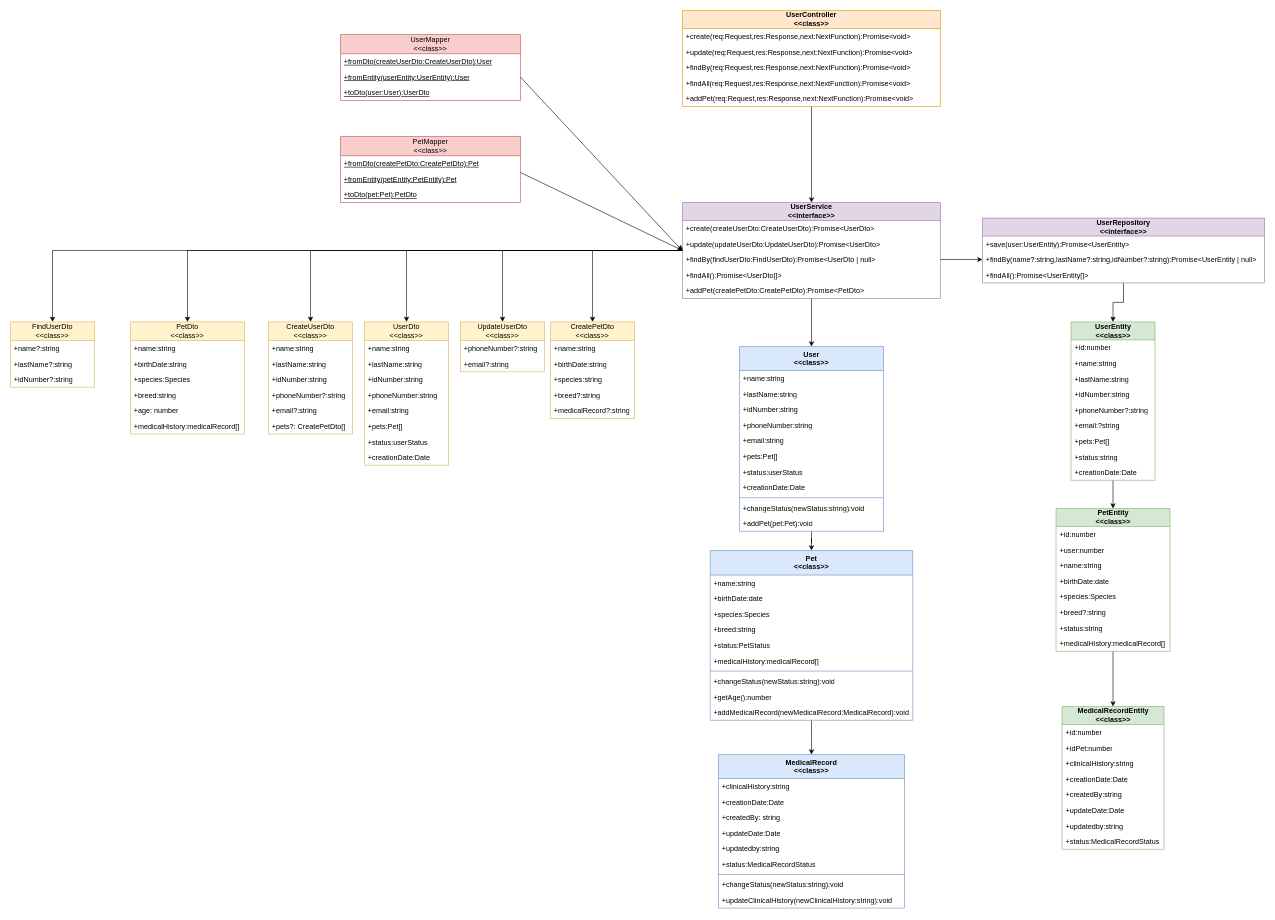
Before: page "Classes" (1 of 2) of docs/Veterinaria design.drawio in Matias-Viking/Veterinary, a draw.io diagram. Source tidied: cells renumbered, new cells numbered last; positions are measured from the earlier drawing's top-left corner, leaving out a move shared by most shapes. Both pictures are drawn from the tidied source at 60%, with x=0, y=0 at pixel (10, 10).
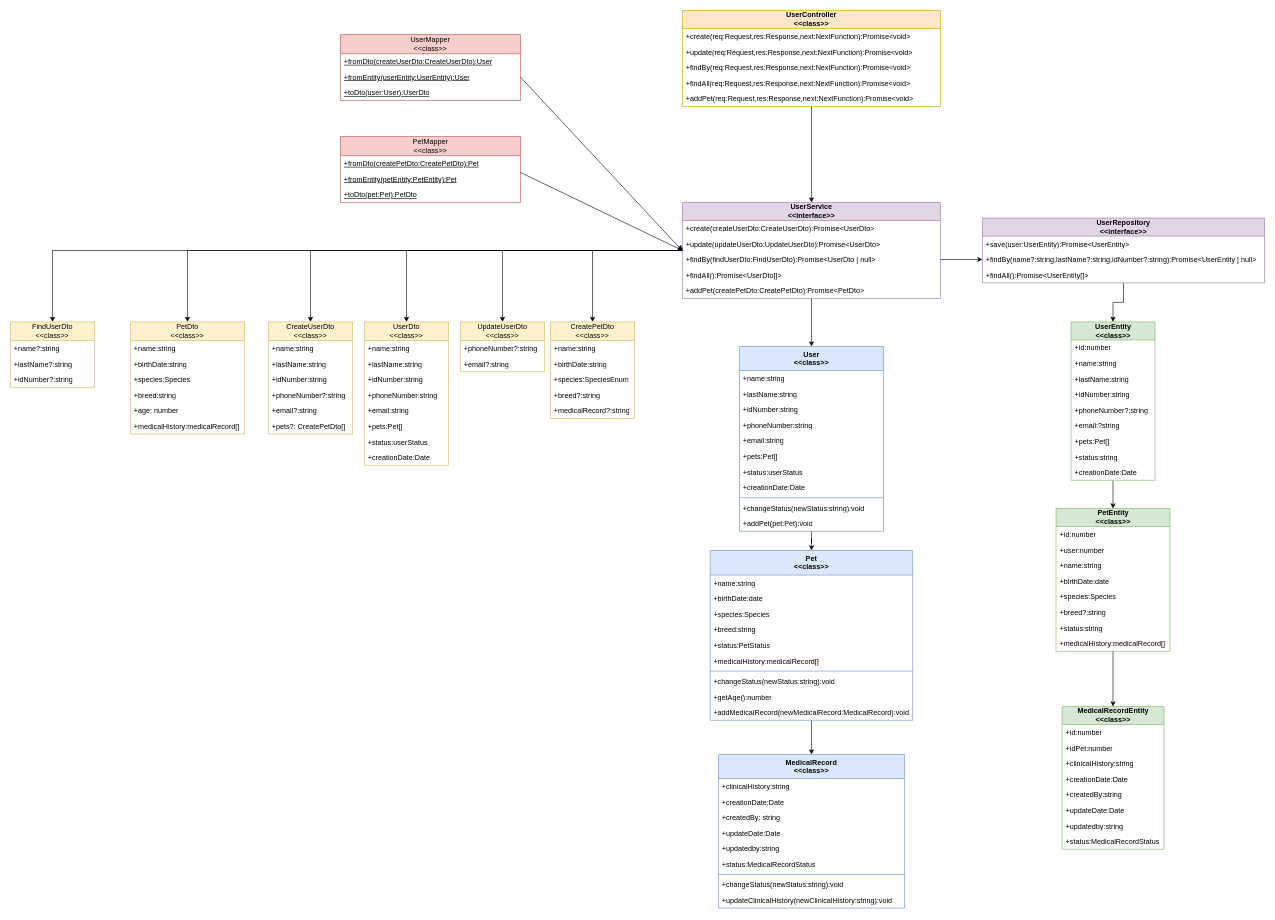
After the change.

The change refers to these unchanged cells:
```xml
<mxCell id="112" value="CreatePetDto&lt;div&gt;&amp;lt;&amp;lt;class&amp;gt;&amp;gt;&lt;/div&gt;" style="swimlane;fontStyle=0;horizontal=1;startSize=31;fillColor=#fff2cc;whiteSpace=wrap;html=1;strokeColor=#d6b656;" parent="1" vertex="1">
  <mxGeometry x="900" y="519" width="140" height="161" as="geometry" />
</mxCell>
```

Change to the diagram source:
```diff
@@
-    <mxCell id="115" value="+species:string" style="text;strokeColor=none;fillColor=none;align=left;verticalAlign=top;spacingLeft=4;spacingRight=4;overflow=hidden;whiteSpace=wrap;html=1;" parent="112" vertex="1">
+    <mxCell id="115" value="+species:SpeciesEnum" style="text;strokeColor=none;fillColor=none;align=left;verticalAlign=top;spacingLeft=4;spacingRight=4;overflow=hidden;whiteSpace=wrap;html=1;" parent="112" vertex="1">
       <mxGeometry y="83" width="140" height="26" as="geometry" />
     </mxCell>
```
